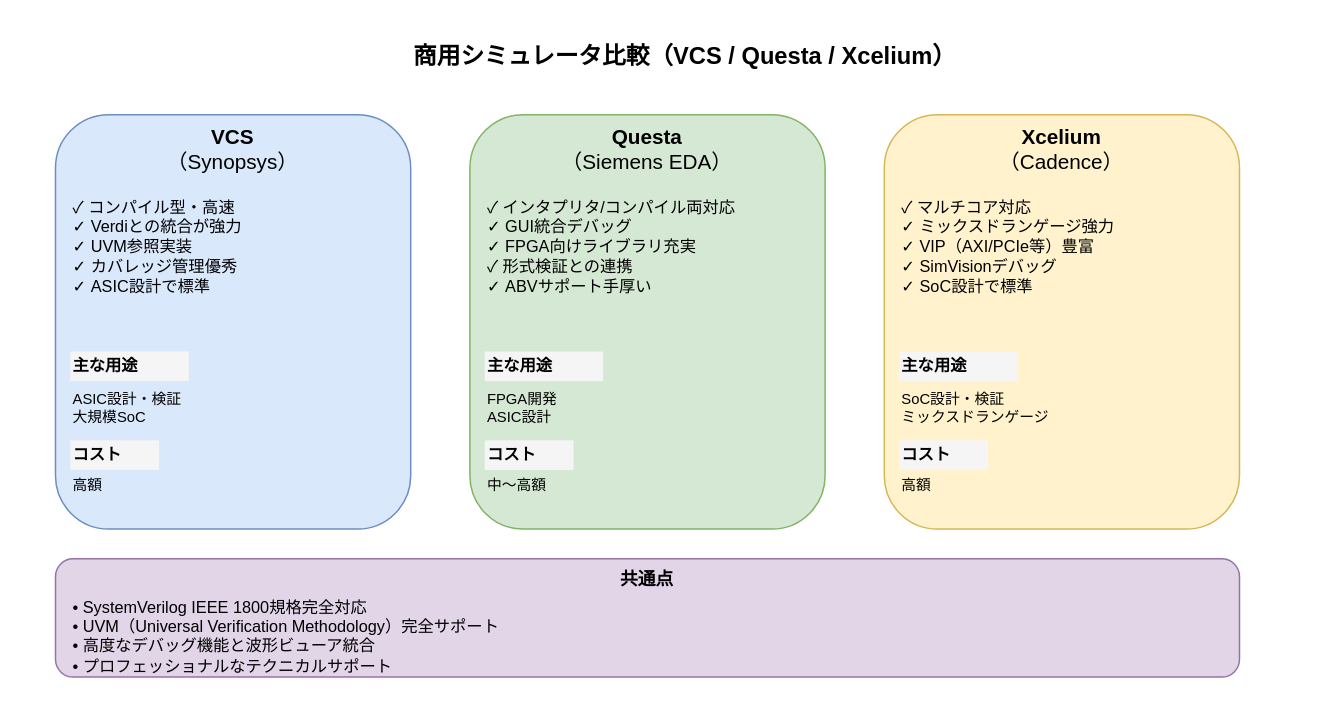
Before: images/systemverilog-guidebook/ch02_commercial_simulators.drawio in aquaxis/webdoc, a draw.io diagram. Source tidied: cells renumbered, new cells numbered last; positions are measured from the earlier drawing's top-left corner, leaving out a move shared by most shapes. Both pictures are drawn from the tidied source at 148%, with x=0, y=0 at pixel (55, 25).
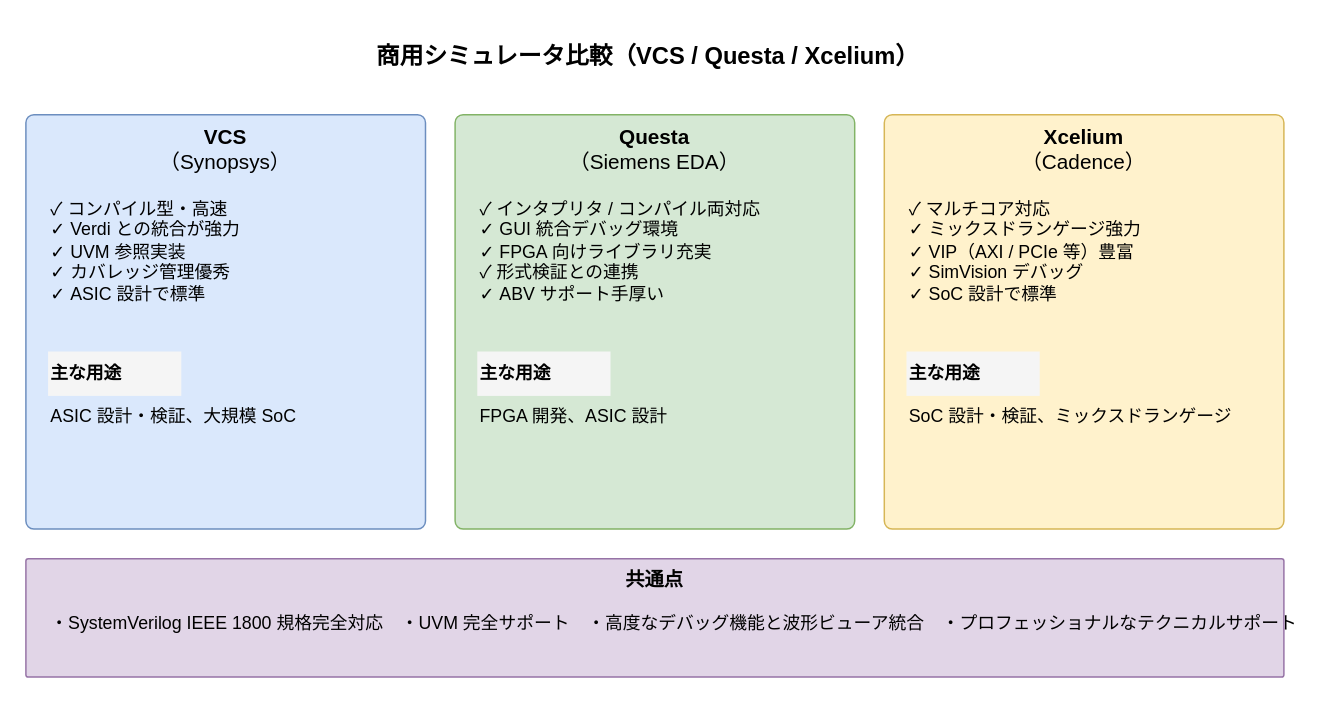
After the change.

What changed in the source:
```diff
@@
     <mxCell id="2" value="&lt;b&gt;商用シミュレータ比較（VCS / Questa / Xcelium）&lt;/b&gt;" style="text;html=1;align=center;verticalAlign=middle;strokeColor=none;fillColor=none;fontSize=16;" parent="1" vertex="1">
-      <mxGeometry x="200" width="450" height="40" as="geometry" />
+      <mxGeometry x="170" width="460" height="40" as="geometry" />
     </mxCell>
-    <mxCell id="3" value="&lt;b&gt;VCS&lt;/b&gt;&lt;br&gt;（Synopsys）" style="rounded=1;whiteSpace=wrap;html=1;fillColor=#dae8fc;strokeColor=#6c8ebf;fontSize=14;verticalAlign=top;" parent="1" vertex="1">
-      <mxGeometry y="60" width="240" height="280" as="geometry" />
+    <mxCell id="3" value="&lt;b&gt;VCS&lt;/b&gt;&lt;br&gt;（Synopsys）" style="rounded=1;arcSize=2;whiteSpace=wrap;html=1;fillColor=#dae8fc;strokeColor=#6c8ebf;fontSize=14;verticalAlign=top;" parent="1" vertex="1">
+      <mxGeometry x="-20" y="60" width="270" height="280" as="geometry" />
     </mxCell>
-    <mxCell id="4" value="&lt;b&gt;Questa&lt;/b&gt;&lt;br&gt;（Siemens EDA）" style="rounded=1;whiteSpace=wrap;html=1;fillColor=#d5e8d4;strokeColor=#82b366;fontSize=14;verticalAlign=top;" parent="1" vertex="1">
-      <mxGeometry x="280" y="60" width="240" height="280" as="geometry" />
+    <mxCell id="4" value="&lt;b&gt;Questa&lt;/b&gt;&lt;br&gt;（Siemens EDA）" style="rounded=1;arcSize=2;whiteSpace=wrap;html=1;fillColor=#d5e8d4;strokeColor=#82b366;fontSize=14;verticalAlign=top;" parent="1" vertex="1">
+      <mxGeometry x="270" y="60" width="270" height="280" as="geometry" />
     </mxCell>
-    <mxCell id="5" value="&lt;b&gt;Xcelium&lt;/b&gt;&lt;br&gt;（Cadence）" style="rounded=1;whiteSpace=wrap;html=1;fillColor=#fff2cc;strokeColor=#d6b656;fontSize=14;verticalAlign=top;" parent="1" vertex="1">
-      <mxGeometry x="560" y="60" width="240" height="280" as="geometry" />
+    <mxCell id="5" value="&lt;b&gt;Xcelium&lt;/b&gt;&lt;br&gt;（Cadence）" style="rounded=1;arcSize=2;whiteSpace=wrap;html=1;fillColor=#fff2cc;strokeColor=#d6b656;fontSize=14;verticalAlign=top;" parent="1" vertex="1">
+      <mxGeometry x="560" y="60" width="270" height="280" as="geometry" />
     </mxCell>
-    <mxCell id="6" value="✓ コンパイル型・高速&lt;br&gt;✓ Verdiとの統合が強力&lt;br&gt;✓ UVM参照実装&lt;br&gt;✓ カバレッジ管理優秀&lt;br&gt;✓ ASIC設計で標準" style="text;html=1;align=left;verticalAlign=top;strokeColor=none;fillColor=none;fontSize=11;" parent="1" vertex="1">
-      <mxGeometry x="10" y="110" width="200" height="100" as="geometry" />
+    <mxCell id="6" value="✓ コンパイル型・高速&lt;br&gt;✓ Verdi との統合が強力&lt;br&gt;✓ UVM 参照実装&lt;br&gt;✓ カバレッジ管理優秀&lt;br&gt;✓ ASIC 設計で標準" style="text;html=1;align=left;verticalAlign=top;strokeColor=none;fillColor=none;fontSize=12;" parent="1" vertex="1">
+      <mxGeometry x="-5" y="110" width="220" height="100" as="geometry" />
     </mxCell>
-    <mxCell id="7" value="✓ インタプリタ/コンパイル両対応&lt;br&gt;✓ GUI統合デバッグ&lt;br&gt;✓ FPGA向けライブラリ充実&lt;br&gt;✓ 形式検証との連携&lt;br&gt;✓ ABVサポート手厚い" style="text;html=1;align=left;verticalAlign=top;strokeColor=none;fillColor=none;fontSize=11;" parent="1" vertex="1">
-      <mxGeometry x="290" y="110" width="200" height="100" as="geometry" />
+    <mxCell id="7" value="✓ インタプリタ / コンパイル両対応&lt;br&gt;✓ GUI 統合デバッグ環境&lt;br&gt;✓ FPGA 向けライブラリ充実&lt;br&gt;✓ 形式検証との連携&lt;br&gt;✓ ABV サポート手厚い" style="text;html=1;align=left;verticalAlign=top;strokeColor=none;fillColor=none;fontSize=12;" parent="1" vertex="1">
+      <mxGeometry x="285" y="110" width="240" height="100" as="geometry" />
     </mxCell>
-    <mxCell id="8" value="✓ マルチコア対応&lt;br&gt;✓ ミックスドランゲージ強力&lt;br&gt;✓ VIP（AXI/PCIe等）豊富&lt;br&gt;✓ SimVisionデバッグ&lt;br&gt;✓ SoC設計で標準" style="text;html=1;align=left;verticalAlign=top;strokeColor=none;fillColor=none;fontSize=11;" parent="1" vertex="1">
-      <mxGeometry x="570" y="110" width="200" height="100" as="geometry" />
+    <mxCell id="8" value="✓ マルチコア対応&lt;br&gt;✓ ミックスドランゲージ強力&lt;br&gt;✓ VIP（AXI / PCIe 等）豊富&lt;br&gt;✓ SimVision デバッグ&lt;br&gt;✓ SoC 設計で標準" style="text;html=1;align=left;verticalAlign=top;strokeColor=none;fillColor=none;fontSize=12;" parent="1" vertex="1">
+      <mxGeometry x="575" y="110" width="240" height="100" as="geometry" />
     </mxCell>
-    <mxCell id="9" value="&lt;b&gt;主な用途&lt;/b&gt;" style="text;html=1;align=left;verticalAlign=middle;strokeColor=none;fillColor=#f5f5f5;fontSize=11;fontStyle=1;" parent="1" vertex="1">
-      <mxGeometry x="10" y="220" width="80" height="20" as="geometry" />
+    <mxCell id="9" value="&lt;b&gt;主な用途&lt;/b&gt;" style="text;html=1;align=left;verticalAlign=middle;strokeColor=none;fillColor=#f5f5f5;fontSize=12;fontStyle=1;" parent="1" vertex="1">
+      <mxGeometry x="-5" y="220" width="90" height="30" as="geometry" />
     </mxCell>
-    <mxCell id="10" value="ASIC設計・検証&lt;br&gt;大規模SoC" style="text;html=1;align=left;verticalAlign=top;strokeColor=none;fillColor=none;fontSize=10;" parent="1" vertex="1">
-      <mxGeometry x="10" y="240" width="100" height="30" as="geometry" />
+    <mxCell id="10" value="ASIC 設計・検証、大規模 SoC" style="text;html=1;align=left;verticalAlign=top;strokeColor=none;fillColor=none;fontSize=12;" parent="1" vertex="1">
+      <mxGeometry x="-5" y="250" width="220" height="30" as="geometry" />
     </mxCell>
-    <mxCell id="11" value="&lt;b&gt;主な用途&lt;/b&gt;" style="text;html=1;align=left;verticalAlign=middle;strokeColor=none;fillColor=#f5f5f5;fontSize=11;fontStyle=1;" parent="1" vertex="1">
-      <mxGeometry x="290" y="220" width="80" height="20" as="geometry" />
+    <mxCell id="11" value="&lt;b&gt;主な用途&lt;/b&gt;" style="text;html=1;align=left;verticalAlign=middle;strokeColor=none;fillColor=#f5f5f5;fontSize=12;fontStyle=1;" parent="1" vertex="1">
+      <mxGeometry x="285" y="220" width="90" height="30" as="geometry" />
     </mxCell>
-    <mxCell id="12" value="FPGA開発&lt;br&gt;ASIC設計" style="text;html=1;align=left;verticalAlign=top;strokeColor=none;fillColor=none;fontSize=10;" parent="1" vertex="1">
-      <mxGeometry x="290" y="240" width="100" height="30" as="geometry" />
+    <mxCell id="12" value="FPGA 開発、ASIC 設計" style="text;html=1;align=left;verticalAlign=top;strokeColor=none;fillColor=none;fontSize=12;" parent="1" vertex="1">
+      <mxGeometry x="285" y="250" width="170" height="30" as="geometry" />
     </mxCell>
-    <mxCell id="13" value="&lt;b&gt;主な用途&lt;/b&gt;" style="text;html=1;align=left;verticalAlign=middle;strokeColor=none;fillColor=#f5f5f5;fontSize=11;fontStyle=1;" parent="1" vertex="1">
-      <mxGeometry x="570" y="220" width="80" height="20" as="geometry" />
+    <mxCell id="13" value="&lt;b&gt;主な用途&lt;/b&gt;" style="text;html=1;align=left;verticalAlign=middle;strokeColor=none;fillColor=#f5f5f5;fontSize=12;fontStyle=1;" parent="1" vertex="1">
+      <mxGeometry x="575" y="220" width="90" height="30" as="geometry" />
     </mxCell>
-    <mxCell id="14" value="SoC設計・検証&lt;br&gt;ミックスドランゲージ" style="text;html=1;align=left;verticalAlign=top;strokeColor=none;fillColor=none;fontSize=10;" parent="1" vertex="1">
-      <mxGeometry x="570" y="240" width="140" height="30" as="geometry" />
+    <mxCell id="14" value="SoC 設計・検証、ミックスドランゲージ" style="text;html=1;align=left;verticalAlign=top;strokeColor=none;fillColor=none;fontSize=12;" parent="1" vertex="1">
+      <mxGeometry x="575" y="250" width="250" height="30" as="geometry" />
     </mxCell>
-    <mxCell id="15" value="&lt;b&gt;コスト&lt;/b&gt;" style="text;html=1;align=left;verticalAlign=middle;strokeColor=none;fillColor=#f5f5f5;fontSize=11;fontStyle=1;" parent="1" vertex="1">
-      <mxGeometry x="10" y="280" width="60" height="20" as="geometry" />
-    </mxCell>
-    <mxCell id="16" value="高額" style="text;html=1;align=left;verticalAlign=middle;strokeColor=none;fillColor=none;fontSize=10;" parent="1" vertex="1">
-      <mxGeometry x="10" y="300" width="60" height="20" as="geometry" />
-    </mxCell>
-    <mxCell id="17" value="&lt;b&gt;コスト&lt;/b&gt;" style="text;html=1;align=left;verticalAlign=middle;strokeColor=none;fillColor=#f5f5f5;fontSize=11;fontStyle=1;" parent="1" vertex="1">
-      <mxGeometry x="290" y="280" width="60" height="20" as="geometry" />
-    </mxCell>
-    <mxCell id="18" value="中〜高額" style="text;html=1;align=left;verticalAlign=middle;strokeColor=none;fillColor=none;fontSize=10;" parent="1" vertex="1">
-      <mxGeometry x="290" y="300" width="60" height="20" as="geometry" />
-    </mxCell>
-    <mxCell id="19" value="&lt;b&gt;コスト&lt;/b&gt;" style="text;html=1;align=left;verticalAlign=middle;strokeColor=none;fillColor=#f5f5f5;fontSize=11;fontStyle=1;" parent="1" vertex="1">
-      <mxGeometry x="570" y="280" width="60" height="20" as="geometry" />
-    </mxCell>
-    <mxCell id="20" value="高額" style="text;html=1;align=left;verticalAlign=middle;strokeColor=none;fillColor=none;fontSize=10;" parent="1" vertex="1">
-      <mxGeometry x="570" y="300" width="60" height="20" as="geometry" />
-    </mxCell>
-    <mxCell id="21" value="&lt;b&gt;共通点&lt;/b&gt;" style="rounded=1;whiteSpace=wrap;html=1;fillColor=#e1d5e7;strokeColor=#9673a6;fontSize=12;verticalAlign=top;fontStyle=0;" parent="1" vertex="1">
-      <mxGeometry y="360" width="800" height="80" as="geometry" />
+    <mxCell id="21" value="&lt;b&gt;共通点&lt;/b&gt;" style="rounded=1;arcSize=2;whiteSpace=wrap;html=1;fillColor=#e1d5e7;strokeColor=#9673a6;fontSize=13;verticalAlign=top;" parent="1" vertex="1">
+      <mxGeometry x="-20" y="360" width="850" height="80" as="geometry" />
     </mxCell>
-    <mxCell id="22" value="• SystemVerilog IEEE 1800規格完全対応&lt;br&gt;• UVM（Universal Verification Methodology）完全サポート&lt;br&gt;• 高度なデバッグ機能と波形ビューア統合&lt;br&gt;• プロフェッショナルなテクニカルサポート" style="text;html=1;align=left;verticalAlign=top;strokeColor=none;fillColor=none;fontSize=11;" parent="1" vertex="1">
-      <mxGeometry x="10" y="380" width="380" height="60" as="geometry" />
+    <mxCell id="22" value="・SystemVerilog IEEE 1800 規格完全対応　・UVM 完全サポート　・高度なデバッグ機能と波形ビューア統合　・プロフェッショナルなテクニカルサポート" style="text;html=1;align=left;verticalAlign=top;strokeColor=none;fillColor=none;fontSize=12;" parent="1" vertex="1">
+      <mxGeometry x="-5" y="390" width="800" height="30" as="geometry" />
     </mxCell>
```
